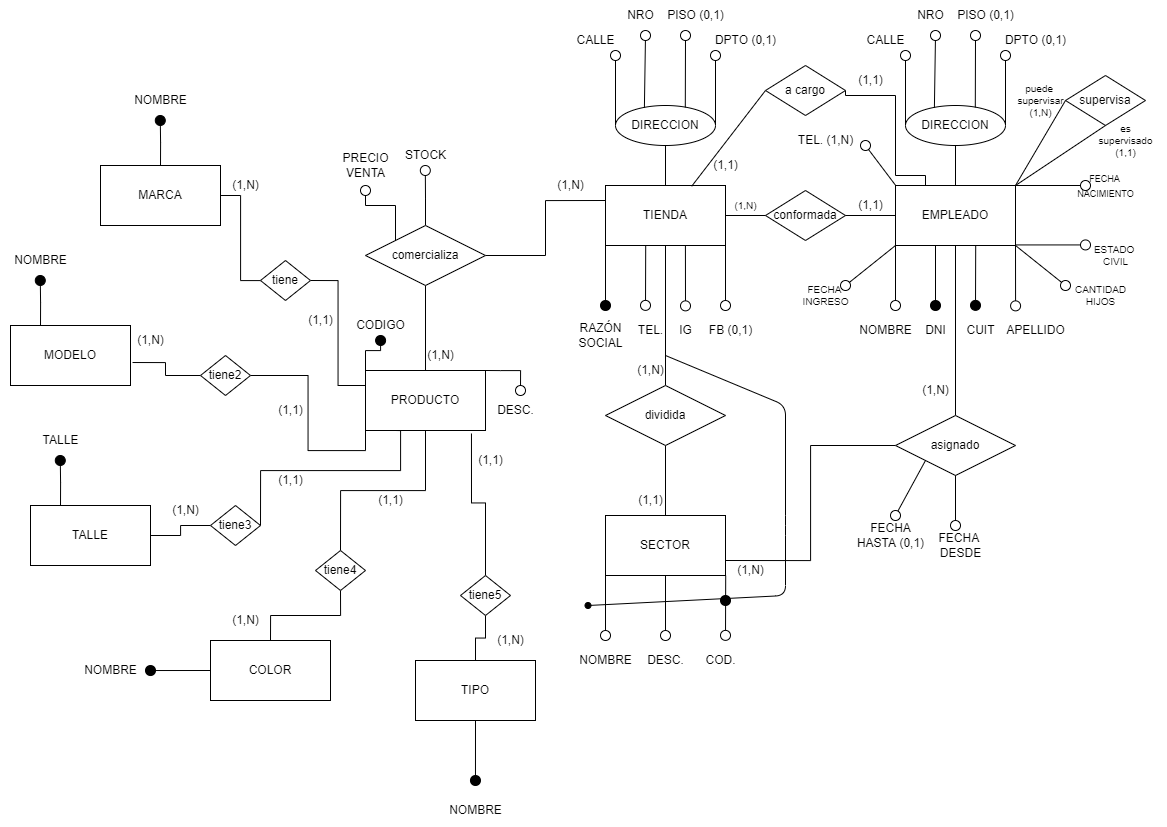
Above: PRACTICA 2/Parte1/Ejercicio5/Ejercicio5-conceptual.png in agusrnfr/DBD (draw.io), before the change. Source tidied: cells renumbered, new cells last; positions are measured from the earlier drawing's top-left corner, leaving out a move shared by most shapes.
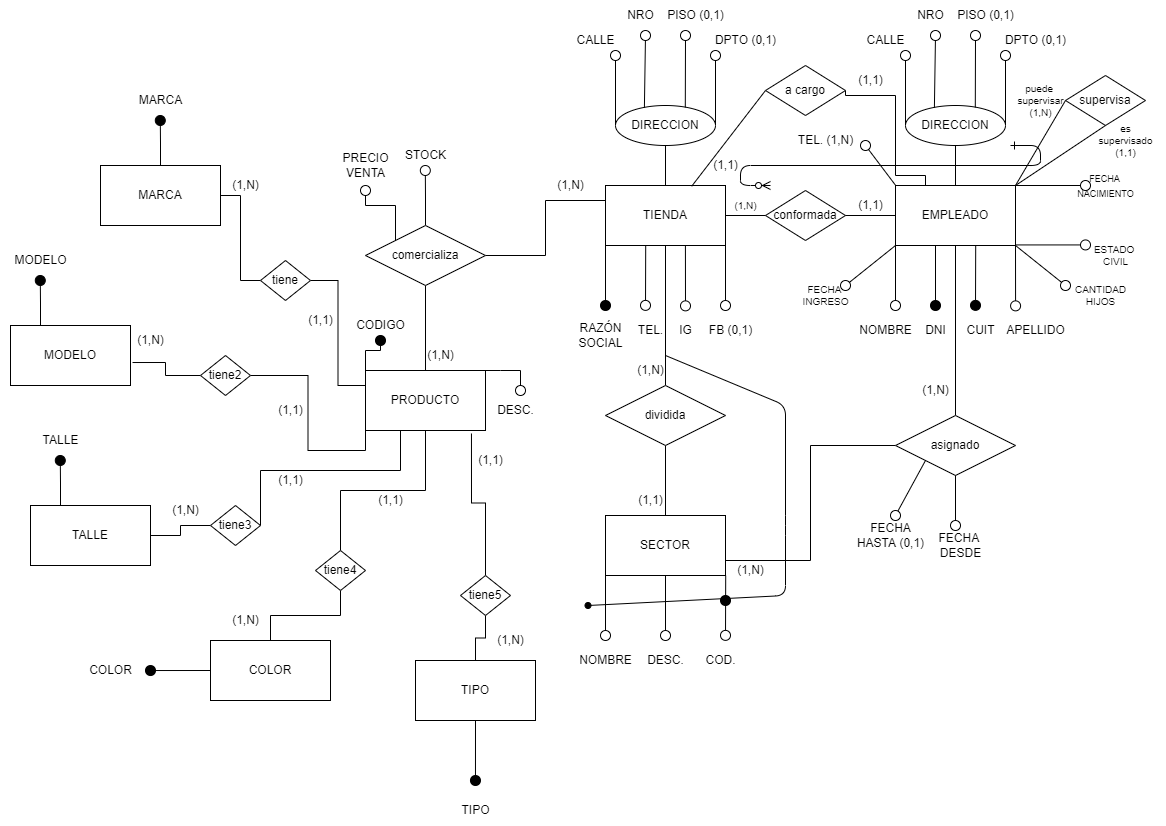
After the commit.

The edit, as a diff of the source:
```diff
@@ -2,9 +2,10 @@
   <root>
     <mxCell id="0" />
     <mxCell id="1" parent="0" />
-    <mxCell id="2" style="edgeStyle=entityRelationEdgeStyle;endArrow=ERzeroToMany;startArrow=ERone;endFill=1;startFill=0;" parent="1" edge="1" target="x">
+    <mxCell id="2" style="edgeStyle=entityRelationEdgeStyle;endArrow=ERzeroToMany;startArrow=ERone;endFill=1;startFill=0;" parent="1" edge="1">
       <mxGeometry relative="1" as="geometry">
         <mxPoint x="1010" y="145" as="sourcePoint" />
+        <mxPoint x="770" y="185" as="targetPoint" />
       </mxGeometry>
     </mxCell>
     <mxCell id="3" value="TIENDA" style="rounded=0;whiteSpace=wrap;html=1;" parent="1" vertex="1">
@@ -518,20 +519,20 @@
     <mxCell id="137" value="(1,N)" style="text;html=1;align=center;verticalAlign=middle;strokeColor=none;fillColor=none;fontSize=12;" parent="1" vertex="1">
       <mxGeometry x="485" y="625" width="50" height="30" as="geometry" />
     </mxCell>
-    <mxCell id="138" value="NOMBRE" style="text;html=1;align=center;verticalAlign=middle;strokeColor=none;fillColor=none;fontSize=12;" parent="1" vertex="1">
-      <mxGeometry x="120" y="85" width="80" height="30" as="geometry" />
+    <mxCell id="138" value="MARCA" style="text;html=1;align=center;verticalAlign=middle;strokeColor=none;fillColor=none;fontSize=12;" parent="1" vertex="1">
+      <mxGeometry x="125" y="85" width="70" height="30" as="geometry" />
     </mxCell>
-    <mxCell id="139" value="NOMBRE" style="text;html=1;align=center;verticalAlign=middle;strokeColor=none;fillColor=none;fontSize=12;" parent="1" vertex="1">
+    <mxCell id="139" value="MODELO" style="text;html=1;align=center;verticalAlign=middle;strokeColor=none;fillColor=none;fontSize=12;" parent="1" vertex="1">
       <mxGeometry y="245" width="80" height="30" as="geometry" />
     </mxCell>
     <mxCell id="140" value="TALLE" style="text;html=1;align=center;verticalAlign=middle;strokeColor=none;fillColor=none;fontSize=12;" parent="1" vertex="1">
       <mxGeometry x="30" y="425" width="60" height="30" as="geometry" />
     </mxCell>
-    <mxCell id="141" value="NOMBRE" style="text;html=1;align=center;verticalAlign=middle;strokeColor=none;fillColor=none;fontSize=12;" parent="1" vertex="1">
-      <mxGeometry x="70" y="655" width="80" height="30" as="geometry" />
+    <mxCell id="141" value="COLOR" style="text;html=1;align=center;verticalAlign=middle;strokeColor=none;fillColor=none;fontSize=12;" parent="1" vertex="1">
+      <mxGeometry x="75" y="655" width="70" height="30" as="geometry" />
     </mxCell>
-    <mxCell id="142" value="NOMBRE" style="text;html=1;align=center;verticalAlign=middle;strokeColor=none;fillColor=none;fontSize=12;" parent="1" vertex="1">
-      <mxGeometry x="435" y="795" width="80" height="30" as="geometry" />
+    <mxCell id="142" value="TIPO" style="text;html=1;align=center;verticalAlign=middle;strokeColor=none;fillColor=none;fontSize=12;" parent="1" vertex="1">
+      <mxGeometry x="450" y="795" width="50" height="30" as="geometry" />
     </mxCell>
   </root>
 </mxGraphModel>
```
